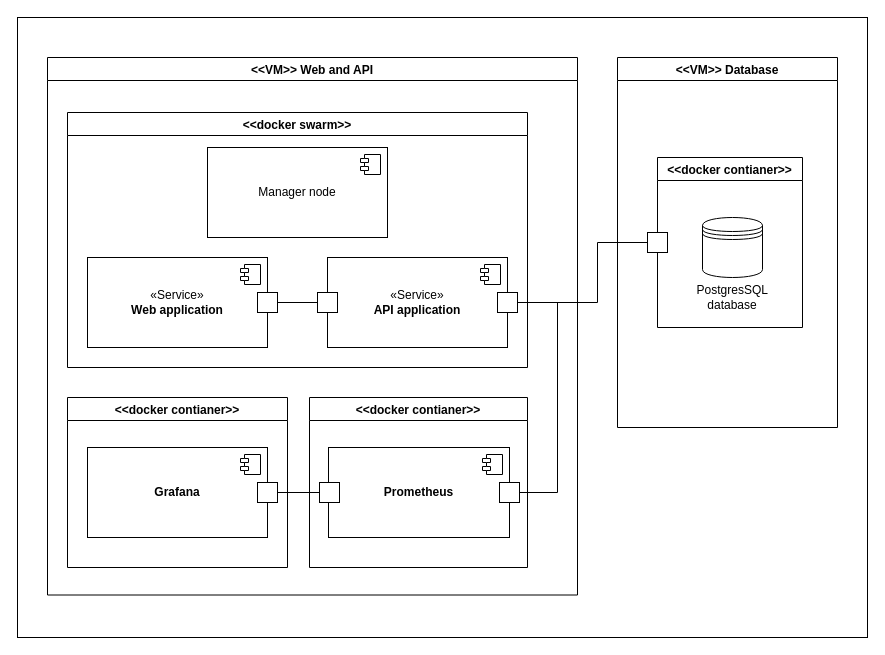
Above: report/images/System_architechture.drawio in minitwit-JOEL/minitwit-DEVOPS (draw.io), before the change. Source tidied: cells renumbered, new cells numbered last; positions are measured from the earlier drawing's top-left corner, leaving out a move shared by most shapes. Both pictures are drawn from the tidied source at 100%, with x=0, y=0 at pixel (17, 17).
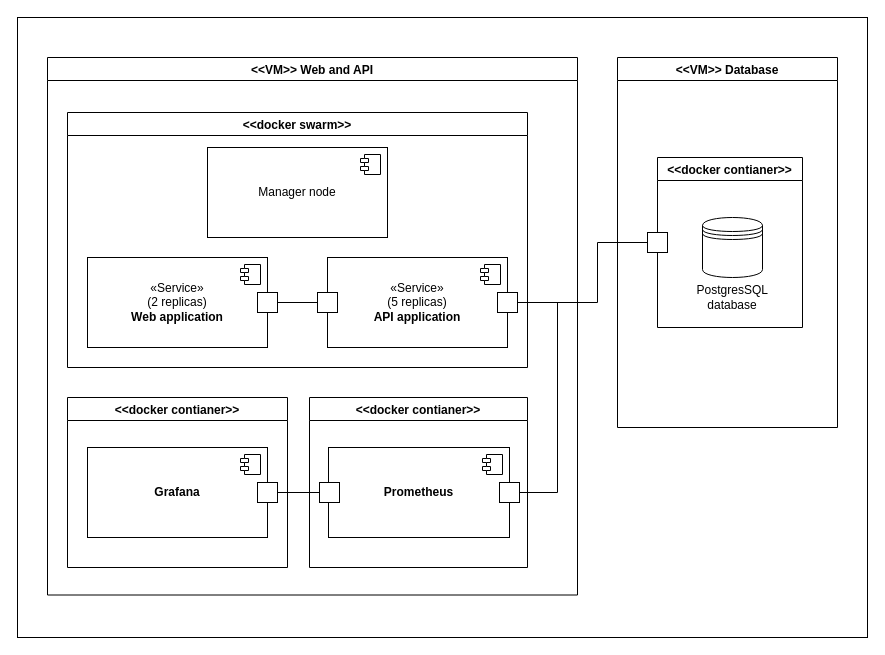
The same page after the edit.

Unchanged cells that the change refers to:
```xml
<mxCell id="13" value="&lt;&lt;docker swarm&gt;&gt;" style="swimlane;" parent="3" vertex="1">
  <mxGeometry x="20" y="55" width="460" height="255" as="geometry" />
</mxCell>
```

Diff of the diagram source:
```diff
@@
-    <mxCell id="14" value="«Service»&lt;br&gt;&lt;b&gt;Web application&lt;/b&gt;" style="html=1;whiteSpace=wrap;" parent="13" vertex="1">
+    <mxCell id="14" value="«Service»&lt;div&gt;&lt;font color=&quot;#000000&quot;&gt;(2 replicas)&lt;br&gt;&lt;/font&gt;&lt;b&gt;Web application&lt;/b&gt;&lt;/div&gt;" style="html=1;whiteSpace=wrap;" parent="13" vertex="1">
       <mxGeometry x="20" y="145" width="180" height="90" as="geometry" />
     </mxCell>
@@
-    <mxCell id="16" value="«Service»&lt;br&gt;&lt;b&gt;API application&lt;/b&gt;" style="html=1;whiteSpace=wrap;" parent="13" vertex="1">
+    <mxCell id="16" value="«Service»&lt;div&gt;&lt;font color=&quot;#000000&quot;&gt;(5 replicas)&lt;br&gt;&lt;/font&gt;&lt;b&gt;API application&lt;/b&gt;&lt;/div&gt;" style="html=1;whiteSpace=wrap;" parent="13" vertex="1">
       <mxGeometry x="260" y="145" width="180" height="90" as="geometry" />
     </mxCell>
```
